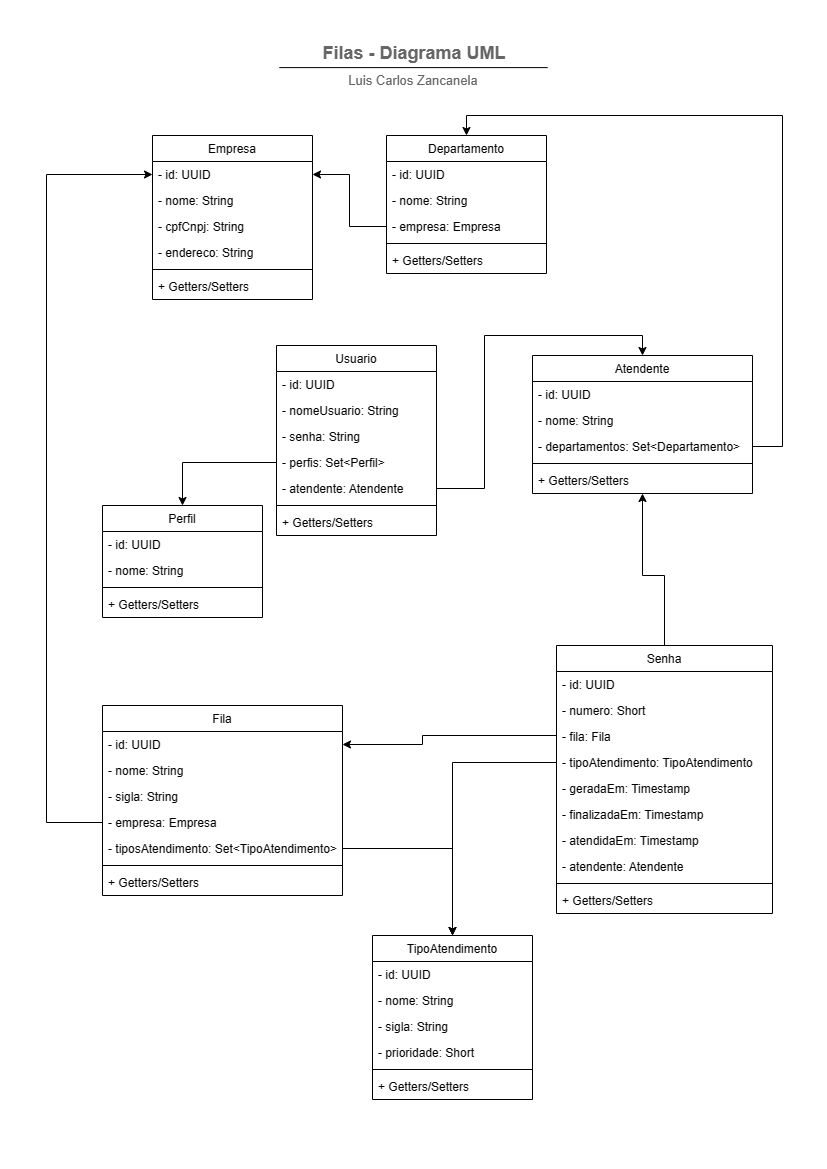
didifive/queue-service-api keeps this draw.io diagram as docs/uml-diagram.drawio.png. Above is the earlier version. Source tidied: cells renumbered, new cells last; positions are measured from the earlier drawing's top-left corner, leaving out a move shared by most shapes.
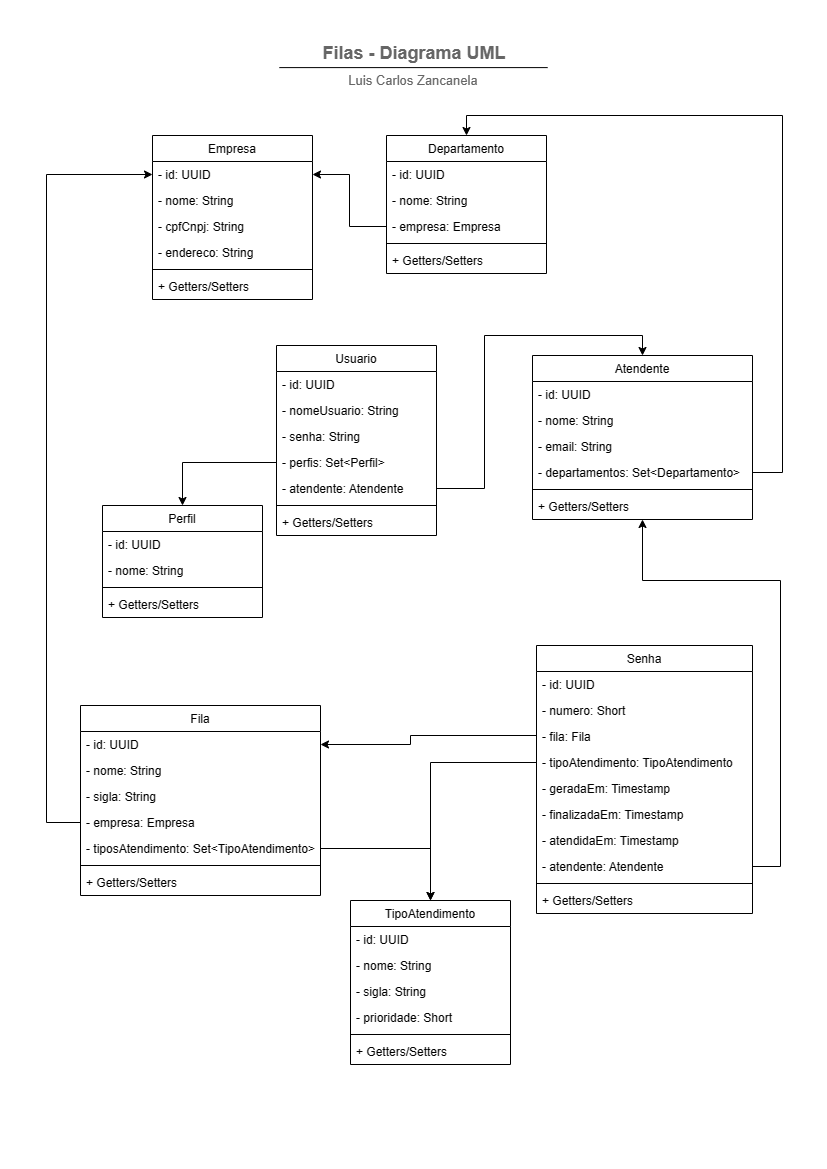
After the change.

What changed in the source:
```diff
@@ -32,7 +32,7 @@
       </mxGeometry>
     </mxCell>
     <mxCell id="10" value="Fila" style="swimlane;fontStyle=0;align=center;verticalAlign=top;horizontal=1;startSize=26;rounded=0;shadow=0;strokeWidth=1;" parent="1" vertex="1">
-      <mxGeometry x="56" y="675" width="240" height="190" as="geometry" />
+      <mxGeometry x="34" y="675" width="240" height="190" as="geometry" />
     </mxCell>
     <mxCell id="11" value="- id: UUID" style="text;align=left;verticalAlign=top;spacingLeft=4;spacingRight=4;overflow=hidden;points=[[0,0.5],[1,0.5]];portConstraint=eastwest;" parent="10" vertex="1">
       <mxGeometry y="26" width="240" height="26" as="geometry" />
@@ -55,16 +55,17 @@
     <mxCell id="17" value="+ Getters/Setters" style="text;align=left;verticalAlign=top;spacingLeft=4;spacingRight=4;overflow=hidden;rounded=0;shadow=0;html=0;" parent="10" vertex="1">
       <mxGeometry y="164" width="240" height="26" as="geometry" />
     </mxCell>
-    <mxCell id="18" style="edgeStyle=orthogonalEdgeStyle;rounded=0;jettySize=auto;html=1;entryX=0.5;entryY=1;entryDx=0;entryDy=0;exitX=0.5;exitY=0;exitDx=0;exitDy=0;" parent="1" edge="1" source="19" target="30">
+    <mxCell id="18" style="edgeStyle=orthogonalEdgeStyle;rounded=0;jettySize=auto;html=1;entryX=0.5;entryY=1;entryDx=0;entryDy=0;exitX=1;exitY=0.5;exitDx=0;exitDy=0;" parent="1" edge="1" source="27" target="30">
       <mxGeometry relative="1" as="geometry">
         <Array as="points">
-          <mxPoint x="618" y="545" />
-          <mxPoint x="596" y="545" />
+          <mxPoint x="734" y="836" />
+          <mxPoint x="734" y="550" />
+          <mxPoint x="596" y="550" />
         </Array>
       </mxGeometry>
     </mxCell>
     <mxCell id="19" value="Senha" style="swimlane;fontStyle=0;align=center;verticalAlign=top;horizontal=1;startSize=26;rounded=0;shadow=0;strokeWidth=1;" parent="1" vertex="1">
-      <mxGeometry x="510" y="615" width="216" height="268" as="geometry" />
+      <mxGeometry x="490" y="615" width="216" height="268" as="geometry" />
     </mxCell>
     <mxCell id="20" value="- id: UUID" style="text;align=left;verticalAlign=top;spacingLeft=4;spacingRight=4;overflow=hidden;" parent="19" vertex="1">
       <mxGeometry y="26" width="216" height="26" as="geometry" />
@@ -97,7 +98,7 @@
       <mxGeometry y="242" width="216" height="26" as="geometry" />
     </mxCell>
     <mxCell id="30" value="Atendente" style="swimlane;fontStyle=0;align=center;verticalAlign=top;horizontal=1;startSize=26;rounded=0;shadow=0;strokeWidth=1;" parent="1" vertex="1">
-      <mxGeometry x="486" y="325" width="220" height="138" as="geometry" />
+      <mxGeometry x="486" y="325" width="220" height="164" as="geometry" />
     </mxCell>
     <mxCell id="31" value="- id: UUID" style="text;align=left;verticalAlign=top;spacingLeft=4;spacingRight=4;overflow=hidden;" parent="30" vertex="1">
       <mxGeometry y="26" width="220" height="26" as="geometry" />
@@ -105,14 +106,17 @@
     <mxCell id="32" value="- nome: String" style="text;align=left;verticalAlign=top;spacingLeft=4;spacingRight=4;overflow=hidden;" parent="30" vertex="1">
       <mxGeometry y="52" width="220" height="26" as="geometry" />
     </mxCell>
+    <mxCell id="73" value="- email: String" style="text;align=left;verticalAlign=top;spacingLeft=4;spacingRight=4;overflow=hidden;" parent="30" vertex="1">
+      <mxGeometry y="78" width="220" height="26" as="geometry" />
+    </mxCell>
     <mxCell id="33" value="- departamentos: Set&lt;Departamento&gt;" style="text;align=left;verticalAlign=top;spacingLeft=4;spacingRight=4;overflow=hidden;points=[[0,0.5],[1,0.5]];portConstraint=eastwest;rounded=0;shadow=0;html=0;" parent="30" vertex="1">
-      <mxGeometry y="78" width="220" height="26" as="geometry" />
+      <mxGeometry y="104" width="220" height="26" as="geometry" />
     </mxCell>
     <mxCell id="34" style="line;html=1;strokeWidth=1;align=left;verticalAlign=middle;spacingTop=-1;spacingLeft=3;spacingRight=3;labelPosition=right;" parent="30" vertex="1">
-      <mxGeometry y="104" width="220" height="8" as="geometry" />
+      <mxGeometry y="130" width="220" height="8" as="geometry" />
     </mxCell>
     <mxCell id="35" value="+ Getters/Setters" style="text;align=left;verticalAlign=top;spacingLeft=4;spacingRight=4;overflow=hidden;rounded=0;shadow=0;html=0;" parent="30" vertex="1">
-      <mxGeometry y="112" width="220" height="26" as="geometry" />
+      <mxGeometry y="138" width="220" height="26" as="geometry" />
     </mxCell>
     <mxCell id="36" value="Usuario" style="swimlane;fontStyle=0;align=center;verticalAlign=top;horizontal=1;startSize=26;rounded=0;shadow=0;strokeWidth=1;" parent="1" vertex="1">
       <mxGeometry x="230" y="315" width="160" height="190" as="geometry" />
@@ -156,9 +160,9 @@
     <mxCell id="49" style="edgeStyle=orthogonalEdgeStyle;rounded=0;jettySize=auto;html=1;entryX=1;entryY=0.5;entryDx=0;entryDy=0;exitX=0;exitY=0.5;exitDx=0;exitDy=0;" parent="1" edge="1" source="22" target="11">
       <mxGeometry relative="1" as="geometry">
         <Array as="points">
-          <mxPoint x="510" y="705" />
-          <mxPoint x="376" y="705" />
-          <mxPoint x="376" y="714" />
+          <mxPoint x="490" y="705" />
+          <mxPoint x="364" y="705" />
+          <mxPoint x="364" y="714" />
         </Array>
       </mxGeometry>
     </mxCell>
@@ -196,7 +200,7 @@
       <mxGeometry x="15.9" y="31" width="268.3" height="12.2" as="geometry" />
     </mxCell>
     <mxCell id="61" value="TipoAtendimento" style="swimlane;fontStyle=0;align=center;verticalAlign=top;horizontal=1;startSize=26;rounded=0;shadow=0;strokeWidth=1;" parent="1" vertex="1">
-      <mxGeometry x="326" y="905" width="160" height="164" as="geometry" />
+      <mxGeometry x="304" y="870" width="160" height="164" as="geometry" />
     </mxCell>
     <mxCell id="62" value="- id: UUID" style="text;align=left;verticalAlign=top;spacingLeft=4;spacingRight=4;overflow=hidden;" parent="61" vertex="1">
       <mxGeometry y="26" width="160" height="26" as="geometry" />
@@ -222,10 +226,10 @@
     <mxCell id="69" style="edgeStyle=orthogonalEdgeStyle;rounded=0;jettySize=auto;html=1;startArrow=none;startFill=0;endArrow=classic;endFill=1;" parent="1" edge="1" source="40" target="44">
       <mxGeometry relative="1" as="geometry" />
     </mxCell>
-    <mxCell id="70" style="edgeStyle=orthogonalEdgeStyle;rounded=0;jettySize=auto;html=1;entryX=0.5;entryY=0;entryDx=0;entryDy=0;startArrow=none;startFill=0;endArrow=classic;endFill=1;" parent="1" edge="1" source="33" target="51">
+    <mxCell id="70" style="edgeStyle=orthogonalEdgeStyle;rounded=0;jettySize=auto;html=1;entryX=0.5;entryY=0;entryDx=0;entryDy=0;startArrow=none;startFill=0;endArrow=classic;endFill=1;exitX=1;exitY=0.5;exitDx=0;exitDy=0;" parent="1" edge="1" source="33" target="51">
       <mxGeometry relative="1" as="geometry">
         <Array as="points">
-          <mxPoint x="736" y="416" />
+          <mxPoint x="736" y="442" />
           <mxPoint x="736" y="85" />
           <mxPoint x="420" y="85" />
         </Array>
```
